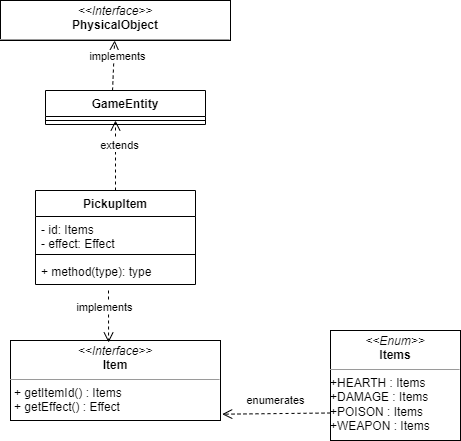
Earlier version of the draw.io export Documentation/relazione/img/item.png (Pensilina14/bullet-ballet). Source tidied: cells renumbered, new cells last; positions are measured from the earlier drawing's top-left corner, leaving out a move shared by most shapes.
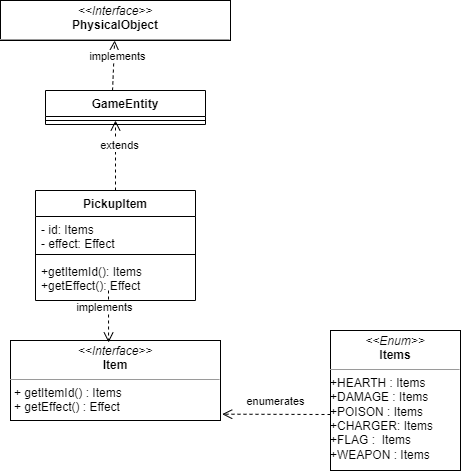
After the change.

Diff of the diagram source:
```diff
@@ -5,11 +5,13 @@
     <mxCell id="2" value="&lt;p style=&quot;margin: 0px ; margin-top: 4px ; text-align: center&quot;&gt;&lt;i&gt;&amp;lt;&amp;lt;Interface&amp;gt;&amp;gt;&lt;/i&gt;&lt;br&gt;&lt;b&gt;Item&lt;/b&gt;&lt;/p&gt;&lt;hr size=&quot;1&quot;&gt;&lt;p style=&quot;margin: 0px ; margin-left: 4px&quot;&gt;+ getItemId() : Items&lt;span&gt;&lt;br&gt;&lt;/span&gt;&lt;/p&gt;&lt;p style=&quot;margin: 0px ; margin-left: 4px&quot;&gt;&lt;span&gt;+ getEffect() : Effect&lt;/span&gt;&lt;/p&gt;&lt;p style=&quot;margin: 0px ; margin-left: 4px&quot;&gt;&lt;br&gt;&lt;/p&gt;" style="verticalAlign=top;align=left;overflow=fill;fontSize=12;fontFamily=Helvetica;html=1;" parent="1" vertex="1">
       <mxGeometry x="10" y="340" width="210" height="80" as="geometry" />
     </mxCell>
-    <mxCell id="3" value="&lt;p style=&quot;margin: 0px ; margin-top: 4px ; text-align: center&quot;&gt;&lt;i&gt;&amp;lt;&amp;lt;Enum&amp;gt;&amp;gt;&lt;/i&gt;&lt;br&gt;&lt;b&gt;Items&lt;/b&gt;&lt;/p&gt;&lt;hr size=&quot;1&quot;&gt;&lt;div&gt;+HEARTH : Items&lt;/div&gt;&lt;div&gt;+DAMAGE : Items&lt;/div&gt;&lt;div&gt;+POISON : Items&lt;/div&gt;&lt;div&gt;+WEAPON : Items&lt;br&gt;&lt;/div&gt;&lt;div&gt;&lt;br&gt;&lt;/div&gt;&lt;div&gt;&lt;br&gt;&lt;/div&gt;&lt;p style=&quot;margin: 0px ; margin-left: 4px&quot;&gt;&lt;br&gt;&lt;/p&gt;" style="verticalAlign=top;align=left;overflow=fill;fontSize=12;fontFamily=Helvetica;html=1;" parent="1" vertex="1">
-      <mxGeometry x="330" y="330" width="130" height="110" as="geometry" />
+    <mxCell id="3" value="&lt;p style=&quot;margin: 0px ; margin-top: 4px ; text-align: center&quot;&gt;&lt;i&gt;&amp;lt;&amp;lt;Enum&amp;gt;&amp;gt;&lt;/i&gt;&lt;br&gt;&lt;b&gt;Items&lt;/b&gt;&lt;/p&gt;&lt;hr size=&quot;1&quot;&gt;&lt;div&gt;+HEARTH : Items&lt;/div&gt;&lt;div&gt;+DAMAGE : Items&lt;/div&gt;&lt;div&gt;+POISON : Items&lt;/div&gt;&lt;div&gt;+CHARGER: Items&lt;/div&gt;&lt;div&gt;+FLAG :&amp;nbsp; Items&lt;/div&gt;&lt;div&gt;+WEAPON : Items&lt;br&gt;&lt;/div&gt;&lt;div&gt;&lt;br&gt;&lt;/div&gt;&lt;div&gt;&lt;br&gt;&lt;/div&gt;&lt;p style=&quot;margin: 0px ; margin-left: 4px&quot;&gt;&lt;br&gt;&lt;/p&gt;" style="verticalAlign=top;align=left;overflow=fill;fontSize=12;fontFamily=Helvetica;html=1;" parent="1" vertex="1">
+      <mxGeometry x="330" y="330" width="130" height="140" as="geometry" />
     </mxCell>
-    <mxCell id="4" value="&lt;div&gt;enumerates&lt;/div&gt;" style="html=1;verticalAlign=bottom;endArrow=open;dashed=1;endSize=8;entryX=1.008;entryY=0.921;entryDx=0;entryDy=0;entryPerimeter=0;exitX=0;exitY=0.75;exitDx=0;exitDy=0;" parent="1" edge="1" source="3" target="2">
-      <mxGeometry x="0.02" y="-4" relative="1" as="geometry" />
+    <mxCell id="4" value="&lt;div&gt;enumerates&lt;/div&gt;" style="html=1;verticalAlign=bottom;endArrow=open;dashed=1;endSize=8;entryX=1.008;entryY=0.921;entryDx=0;entryDy=0;entryPerimeter=0;" parent="1" edge="1" target="2">
+      <mxGeometry x="0.02" y="-4" relative="1" as="geometry">
+        <mxPoint x="330" y="414" as="sourcePoint" />
+      </mxGeometry>
     </mxCell>
     <mxCell id="5" value="&lt;p style=&quot;margin: 0px ; margin-top: 4px ; text-align: center&quot;&gt;&lt;i&gt;&amp;lt;&amp;lt;Interface&amp;gt;&amp;gt;&lt;/i&gt;&lt;br&gt;&lt;b&gt;PhysicalObject&lt;/b&gt;&lt;/p&gt;&lt;hr size=&quot;1&quot;&gt;&lt;p style=&quot;margin: 0px ; margin-left: 4px&quot;&gt;&lt;/p&gt;&lt;p style=&quot;margin: 0px ; margin-left: 4px&quot;&gt;+ getPosition(): MutablePosition2D&lt;/p&gt;&lt;p style=&quot;margin: 0px ; margin-left: 4px&quot;&gt;+ getDimension() : Dimension2D&lt;/p&gt;&lt;p style=&quot;margin: 0px ; margin-left: 4px&quot;&gt;&lt;span&gt;+ getGameEnvironment() : Environment&lt;/span&gt;&lt;br&gt;&lt;/p&gt;" style="verticalAlign=top;align=left;overflow=fill;fontSize=12;fontFamily=Helvetica;html=1;" parent="1" vertex="1">
       <mxGeometry width="230" height="40" as="geometry" />
@@ -34,7 +36,7 @@
       </mxGeometry>
     </mxCell>
     <mxCell id="11" value="PickupItem" style="swimlane;fontStyle=1;align=center;verticalAlign=top;horizontal=1;startSize=26;" parent="1" vertex="1">
-      <mxGeometry x="35" y="190" width="160" height="94" as="geometry" />
+      <mxGeometry x="35" y="190" width="160" height="110" as="geometry" />
     </mxCell>
     <mxCell id="12" value="- id: Items&#10;- effect: Effect" style="text;strokeColor=none;fillColor=none;align=left;verticalAlign=top;spacingLeft=4;spacingRight=4;overflow=hidden;" parent="11" vertex="1">
       <mxGeometry y="26" width="160" height="34" as="geometry" />
@@ -42,8 +44,8 @@
     <mxCell id="13" style="line;strokeWidth=1;fillColor=none;align=left;verticalAlign=middle;spacingTop=-1;spacingLeft=3;spacingRight=3;labelPosition=right;" parent="11" vertex="1">
       <mxGeometry y="60" width="160" height="8" as="geometry" />
     </mxCell>
-    <mxCell id="14" value="+ method(type): type" style="text;strokeColor=none;fillColor=none;align=left;verticalAlign=top;spacingLeft=4;spacingRight=4;overflow=hidden;" parent="11" vertex="1">
-      <mxGeometry y="68" width="160" height="26" as="geometry" />
+    <mxCell id="14" value="+getItemId(): Items&#10;+getEffect(): Effect" style="text;strokeColor=none;fillColor=none;align=left;verticalAlign=top;spacingLeft=4;spacingRight=4;overflow=hidden;" parent="11" vertex="1">
+      <mxGeometry y="68" width="160" height="42" as="geometry" />
     </mxCell>
   </root>
 </mxGraphModel>
```
